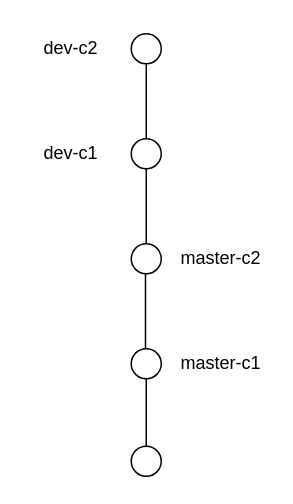
Before: merge.drawio in mhhong-fe/git-demo, a draw.io diagram. Source tidied: cells renumbered, new cells numbered last; positions are measured from the earlier drawing's top-left corner, leaving out a move shared by most shapes. Both pictures are drawn from the tidied source at 150%, with x=0, y=0 at pixel (26, 26).
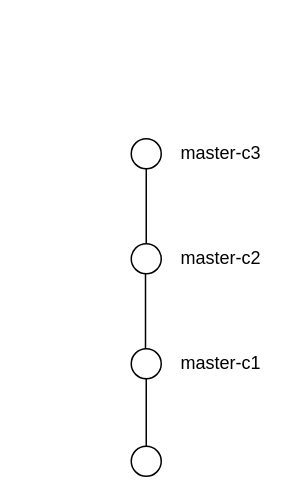
The same page after the edit.

Commit message (it also covers changes not shown here):
feat: github连通性测试

Diff of the diagram source:
```diff
@@
 <mxGraphModel>
   <root>
     <mxCell id="0" />
     <mxCell id="1" parent="0" />
     <mxCell id="2" style="endArrow=none;html=1;" parent="1" edge="1">
       <mxGeometry relative="1" as="geometry">
         <mxPoint x="80" y="145" as="sourcePoint" />
         <mxPoint x="80" y="95" as="targetPoint" />
       </mxGeometry>
     </mxCell>
     <mxCell id="3" style="ellipse;whiteSpace=wrap;html=1;" parent="1" vertex="1">
       <mxGeometry x="70" y="75" width="20" height="20" as="geometry" />
     </mxCell>
     <mxCell id="4" style="ellipse;whiteSpace=wrap;html=1;" parent="1" vertex="1">
       <mxGeometry x="70" y="215" width="20" height="20" as="geometry" />
     </mxCell>
     <mxCell id="5" style="endArrow=none;html=1;" parent="1" edge="1">
       <mxGeometry relative="1" as="geometry">
         <mxPoint x="79.5" y="215" as="sourcePoint" />
         <mxPoint x="79.5" y="165" as="targetPoint" />
       </mxGeometry>
     </mxCell>
     <mxCell id="6" style="ellipse;whiteSpace=wrap;html=1;" parent="1" vertex="1">
       <mxGeometry x="70" y="145" width="20" height="20" as="geometry" />
     </mxCell>
-    <mxCell id="7" style="endArrow=none;html=1;" parent="1" edge="1">
-      <mxGeometry relative="1" as="geometry">
-        <mxPoint x="80" y="75" as="sourcePoint" />
-        <mxPoint x="80" y="25" as="targetPoint" />
-      </mxGeometry>
-    </mxCell>
-    <mxCell id="8" style="ellipse;whiteSpace=wrap;html=1;" parent="1" vertex="1">
-      <mxGeometry x="70" y="5" width="20" height="20" as="geometry" />
-    </mxCell>
-    <mxCell id="9" value="dev-c1" style="text;html=1;strokeColor=none;fillColor=none;align=center;verticalAlign=middle;whiteSpace=wrap;rounded=0;" parent="1" vertex="1">
-      <mxGeometry y="70" width="60" height="30" as="geometry" />
+    <mxCell id="9" value="master-c3" style="text;html=1;strokeColor=none;fillColor=none;align=center;verticalAlign=middle;whiteSpace=wrap;rounded=0;" parent="1" vertex="1">
+      <mxGeometry x="100" y="70" width="60" height="30" as="geometry" />
     </mxCell>
-    <mxCell id="10" value="dev-c2" style="text;html=1;strokeColor=none;fillColor=none;align=center;verticalAlign=middle;whiteSpace=wrap;rounded=0;" parent="1" vertex="1">
-      <mxGeometry width="60" height="30" as="geometry" />
-    </mxCell>
     <mxCell id="11" value="master-c1" style="text;html=1;strokeColor=none;fillColor=none;align=center;verticalAlign=middle;whiteSpace=wrap;rounded=0;" parent="1" vertex="1">
       <mxGeometry x="100" y="210" width="60" height="30" as="geometry" />
     </mxCell>
     <mxCell id="12" value="master-c2" style="text;html=1;strokeColor=none;fillColor=none;align=center;verticalAlign=middle;whiteSpace=wrap;rounded=0;" parent="1" vertex="1">
       <mxGeometry x="100" y="140" width="60" height="30" as="geometry" />
     </mxCell>
     <mxCell id="13" style="endArrow=none;html=1;entryX=0.5;entryY=1;entryDx=0;entryDy=0;startArrow=none;" parent="1" edge="1" source="15" target="4">
       <mxGeometry relative="1" as="geometry" />
     </mxCell>
     <mxCell id="14" style="endArrow=none;html=1;entryX=0.5;entryY=1;entryDx=0;entryDy=0;" parent="1" edge="1" target="15">
       <mxGeometry relative="1" as="geometry">
         <mxPoint x="79.5" y="290" as="sourcePoint" />
       </mxGeometry>
     </mxCell>
     <mxCell id="15" style="ellipse;whiteSpace=wrap;html=1;" parent="1" vertex="1">
       <mxGeometry x="70" y="280" width="20" height="20" as="geometry" />
     </mxCell>
   </root>
 </mxGraphModel>
```
